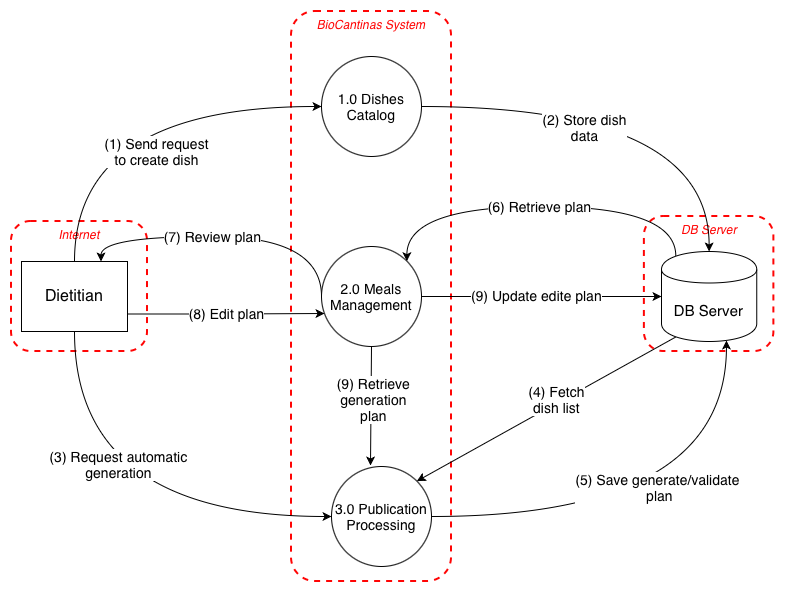
Above: Deliverables/phase1/diagrams/DFD/Meals Planning/MealsPlanning_level1.png in mei-desofs/desofs2026-thu_ffs_1 (draw.io), before the change. Source tidied: cells renumbered, new cells last; positions are measured from the earlier drawing's top-left corner, leaving out a move shared by most shapes.
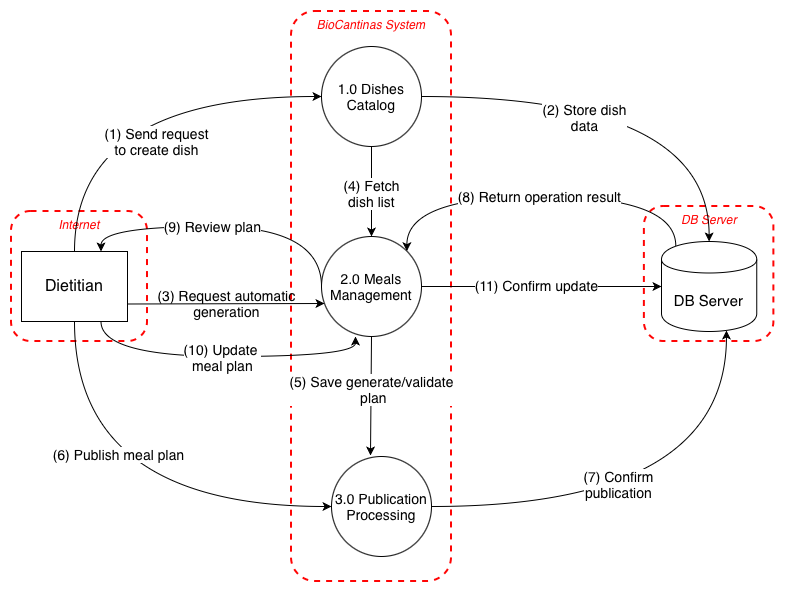
After the commit.

Commit message:
add meals planning text to report #2

The edit, as a diff of the source:
```diff
@@ -3,7 +3,7 @@
     <mxCell id="0" />
     <mxCell id="1" parent="0" />
     <mxCell id="2" value="&lt;span style=&quot;&quot;&gt;BioCantinas System&lt;/span&gt;" style="html=1;dashed=1;whiteSpace=wrap;labelBackgroundColor=none;fillColor=light-dark(#FFFFFF,transparent);strokeColor=light-dark(#FF0505,#FF2600);strokeWidth=2;perimeterSpacing=0;rounded=1;verticalAlign=top;fontStyle=2;fontColor=light-dark(#FF0505,#FF2600);" parent="1" vertex="1">
-      <mxGeometry x="280" width="160" height="570" as="geometry" />
+      <mxGeometry x="280" y="10" width="160" height="570" as="geometry" />
     </mxCell>
     <mxCell id="3" value="&lt;span style=&quot;&quot;&gt;Internet&lt;/span&gt;" style="html=1;dashed=1;whiteSpace=wrap;labelBackgroundColor=none;fillColor=light-dark(#FFFFFF,transparent);strokeColor=light-dark(#FF0505,#FF2600);strokeWidth=2;perimeterSpacing=0;rounded=1;verticalAlign=top;fontStyle=2;fontColor=light-dark(#FF0505,#FF2600);" parent="1" vertex="1">
       <mxGeometry y="210" width="136" height="130" as="geometry" />
@@ -20,7 +20,7 @@
     <mxCell id="7" style="edgeStyle=orthogonalEdgeStyle;rounded=0;jettySize=auto;html=1;exitX=0.5;exitY=1;exitDx=0;exitDy=0;entryX=0;entryY=0.5;entryDx=0;entryDy=0;curved=1;" parent="1" edge="1" source="9" target="23">
       <mxGeometry relative="1" as="geometry" />
     </mxCell>
-    <mxCell id="8" value="(3) Request automatic&lt;div&gt;generation&lt;/div&gt;" style="edgeLabel;html=1;align=center;verticalAlign=middle;fontSize=14;" parent="7" vertex="1">
+    <mxCell id="8" value="(6) Publish meal plan" style="edgeLabel;html=1;align=center;verticalAlign=middle;fontSize=14;" parent="7" vertex="1">
       <mxGeometry x="-0.08" y="2" relative="1" as="geometry">
         <mxPoint x="25" y="-51" as="offset" />
       </mxGeometry>
@@ -28,14 +28,6 @@
     <mxCell id="9" value="&lt;div style=&quot;text-align: start;&quot;&gt;&lt;span style=&quot;caret-color: rgb(255, 255, 255); font-size: medium; color: light-dark(rgb(0, 0, 0), rgb(18, 18, 18));&quot;&gt;Dietitian&lt;/span&gt;&lt;br&gt;&lt;/div&gt;" style="html=1;dashed=0;whiteSpace=wrap;fontSize=15;" parent="1" vertex="1">
       <mxGeometry x="10" y="250" width="106" height="70" as="geometry" />
     </mxCell>
-    <mxCell id="10" style="rounded=0;jettySize=auto;html=1;exitX=0.15;exitY=0.95;exitDx=0;exitDy=0;exitPerimeter=0;entryX=1;entryY=0;entryDx=0;entryDy=0;" parent="1" edge="1" source="14" target="23">
-      <mxGeometry relative="1" as="geometry" />
-    </mxCell>
-    <mxCell id="11" value="(4)&amp;nbsp;&lt;span style=&quot;text-align: start; white-space: normal;&quot;&gt;Fetch dish list&lt;/span&gt;" style="edgeLabel;html=1;align=center;verticalAlign=middle;fontSize=14;labelBackgroundColor=default;" parent="10" vertex="1">
-      <mxGeometry x="-0.1" y="26" relative="1" as="geometry">
-        <mxPoint x="-16" y="-25" as="offset" />
-      </mxGeometry>
-    </mxCell>
     <mxCell id="12" style="edgeStyle=orthogonalEdgeStyle;rounded=0;jettySize=auto;html=1;exitX=0.15;exitY=0.05;exitDx=0;exitDy=0;exitPerimeter=0;entryX=1;entryY=0;entryDx=0;entryDy=0;curved=1;" parent="1" edge="1" source="14" target="22">
       <mxGeometry relative="1" as="geometry">
         <Array as="points">
@@ -44,7 +36,7 @@
         </Array>
       </mxGeometry>
     </mxCell>
-    <mxCell id="13" value="&lt;span style=&quot;font-size: 14px;&quot;&gt;(6) Retrieve plan&lt;/span&gt;" style="edgeLabel;html=1;align=center;verticalAlign=middle;" parent="12" vertex="1">
+    <mxCell id="13" value="&lt;span&gt;(8) Return operation result&lt;/span&gt;" style="edgeLabel;html=1;align=center;verticalAlign=middle;fontSize=14;" parent="12" vertex="1">
       <mxGeometry y="-1" relative="1" as="geometry" />
     </mxCell>
     <mxCell id="14" value="DB Server" style="shape=cylinder;whiteSpace=wrap;html=1;boundedLbl=1;backgroundOutline=1;fontSize=15;" parent="1" vertex="1">
@@ -58,6 +50,12 @@
         <mxPoint x="-5" y="11" as="offset" />
       </mxGeometry>
     </mxCell>
+    <mxCell id="29" style="edgeStyle=orthogonalEdgeStyle;rounded=0;jettySize=auto;html=1;exitX=0.5;exitY=1;exitDx=0;exitDy=0;entryX=0.5;entryY=0;entryDx=0;entryDy=0;" parent="1" edge="1" source="17" target="22">
+      <mxGeometry relative="1" as="geometry" />
+    </mxCell>
+    <mxCell id="11" value="&lt;span&gt;(4)&amp;nbsp;&lt;/span&gt;&lt;span style=&quot;white-space: normal; text-align: start;&quot;&gt;Fetch dish list&lt;/span&gt;" style="edgeLabel;html=1;align=center;verticalAlign=middle;fontSize=14;" parent="29" vertex="1">
+      <mxGeometry x="0.02" y="-1" relative="1" as="geometry" />
+    </mxCell>
     <mxCell id="17" value="1.0 Dishes Catalog" style="ellipse;whiteSpace=wrap;html=1;fontSize=14;" parent="1" vertex="1">
       <mxGeometry x="310" y="45" width="100" height="100" as="geometry" />
     </mxCell>
@@ -69,7 +67,7 @@
         </Array>
       </mxGeometry>
     </mxCell>
-    <mxCell id="19" value="&lt;span style=&quot;font-size: 14px;&quot;&gt;(7) Review plan&lt;/span&gt;" style="edgeLabel;html=1;align=center;verticalAlign=middle;" parent="18" vertex="1">
+    <mxCell id="19" value="&lt;span&gt;(9) Review plan&lt;/span&gt;" style="edgeLabel;html=1;align=center;verticalAlign=middle;fontSize=14;" parent="18" vertex="1">
       <mxGeometry x="-0.02" y="-1" relative="1" as="geometry">
         <mxPoint x="-20" as="offset" />
       </mxGeometry>
@@ -77,7 +75,7 @@
     <mxCell id="20" style="edgeStyle=orthogonalEdgeStyle;rounded=0;jettySize=auto;html=1;exitX=1;exitY=0.5;exitDx=0;exitDy=0;entryX=0;entryY=0.5;entryDx=0;entryDy=0;" parent="1" edge="1" source="22" target="14">
       <mxGeometry relative="1" as="geometry" />
     </mxCell>
-    <mxCell id="21" value="(9) Update edite plan" style="edgeLabel;html=1;align=center;verticalAlign=middle;fontSize=14;" parent="20" vertex="1">
+    <mxCell id="21" value="(11) Confirm update" style="edgeLabel;html=1;align=center;verticalAlign=middle;fontSize=14;" parent="20" vertex="1">
       <mxGeometry x="-0.05" y="2" relative="1" as="geometry" />
     </mxCell>
     <mxCell id="22" value="2.0 Meals Management" style="ellipse;whiteSpace=wrap;html=1;fontSize=14;" parent="1" vertex="1">
@@ -89,19 +87,30 @@
     <mxCell id="24" style="edgeStyle=orthogonalEdgeStyle;rounded=0;jettySize=auto;html=1;exitX=1;exitY=0.5;exitDx=0;exitDy=0;entryX=0.682;entryY=0.989;entryDx=0;entryDy=0;entryPerimeter=0;curved=1;" parent="1" edge="1" source="23" target="14">
       <mxGeometry relative="1" as="geometry" />
     </mxCell>
-    <mxCell id="25" value="&lt;font style=&quot;font-size: 14px;&quot;&gt;(5) Save generate/validate&amp;nbsp;&lt;/font&gt;&lt;div&gt;&lt;font style=&quot;font-size: 14px;&quot;&gt;plan&lt;/font&gt;&lt;/div&gt;" style="edgeLabel;html=1;align=center;verticalAlign=middle;" parent="24" vertex="1">
-      <mxGeometry x="-0.24" y="54" relative="1" as="geometry">
-        <mxPoint x="48" y="24" as="offset" />
-      </mxGeometry>
-    </mxCell>
+    <mxCell id="30" value="(7) Confirm&lt;div&gt;publication&lt;/div&gt;" style="edgeLabel;html=1;align=center;verticalAlign=middle;fontSize=14;" parent="24" vertex="1">
+      <mxGeometry x="-0.21" y="23" relative="1" as="geometry" />
+    </mxCell>
     <mxCell id="26" style="rounded=0;jettySize=auto;html=1;exitX=0.5;exitY=1;exitDx=0;exitDy=0;entryX=0.39;entryY=-0.01;entryDx=0;entryDy=0;entryPerimeter=0;" parent="1" edge="1" source="22" target="23">
       <mxGeometry relative="1" as="geometry" />
     </mxCell>
-    <mxCell id="27" value="&lt;div style=&quot;&quot;&gt;(9) R&lt;span style=&quot;text-wrap-mode: wrap;&quot;&gt;etrieve&lt;/span&gt;&lt;/div&gt;&lt;div style=&quot;&quot;&gt;&lt;span style=&quot;text-wrap-mode: wrap;&quot;&gt;generation plan&lt;/span&gt;&lt;/div&gt;" style="edgeLabel;html=1;align=center;verticalAlign=middle;fontSize=14;labelBackgroundColor=default;" parent="26" vertex="1">
+    <mxCell id="27" value="&lt;div style=&quot;&quot;&gt;(5) Save generate/validate&amp;nbsp;&lt;br&gt;&lt;/div&gt;&lt;div style=&quot;font-size: 11px;&quot;&gt;&lt;font style=&quot;font-size: 14px;&quot;&gt;plan&lt;/font&gt;&lt;/div&gt;" style="edgeLabel;html=1;align=center;verticalAlign=middle;fontSize=14;labelBackgroundColor=default;" parent="26" vertex="1">
       <mxGeometry x="-0.13" y="2" relative="1" as="geometry" />
     </mxCell>
-    <mxCell id="28" value="&lt;font style=&quot;font-size: 14px;&quot;&gt;(8) Edit plan&lt;/font&gt;" style="edgeStyle=orthogonalEdgeStyle;rounded=0;jettySize=auto;html=1;exitX=1;exitY=0.75;exitDx=0;exitDy=0;entryX=0.03;entryY=0.67;entryDx=0;entryDy=0;entryPerimeter=0;" parent="1" edge="1" source="9" target="22">
-      <mxGeometry relative="1" as="geometry" />
+    <mxCell id="28" value="&lt;font style=&quot;font-size: 14px;&quot;&gt;(3)&amp;nbsp;&lt;/font&gt;&lt;span style=&quot;font-size: 14px;&quot;&gt;Request automatic&lt;/span&gt;&lt;div style=&quot;font-size: 14px;&quot;&gt;generation&lt;/div&gt;" style="rounded=0;jettySize=auto;html=1;exitX=1;exitY=0.75;exitDx=0;exitDy=0;entryX=0.03;entryY=0.67;entryDx=0;entryDy=0;entryPerimeter=0;labelBackgroundColor=none;" parent="1" edge="1" source="9" target="22">
+      <mxGeometry x="0.01" relative="1" as="geometry" />
     </mxCell>
+    <mxCell id="31" style="edgeStyle=orthogonalEdgeStyle;rounded=0;jettySize=auto;html=1;exitX=0.75;exitY=1;exitDx=0;exitDy=0;entryX=0.34;entryY=1;entryDx=0;entryDy=0;entryPerimeter=0;curved=1;" parent="1" edge="1" source="9" target="22">
+      <mxGeometry relative="1" as="geometry">
+        <Array as="points">
+          <mxPoint x="90" y="355" />
+          <mxPoint x="344" y="355" />
+        </Array>
+      </mxGeometry>
+    </mxCell>
+    <mxCell id="32" value="(10) Update&amp;nbsp;&lt;div&gt;meal plan&lt;/div&gt;" style="edgeLabel;html=1;align=center;verticalAlign=middle;fontSize=14;" parent="31" vertex="1">
+      <mxGeometry x="0.08" y="-1" relative="1" as="geometry">
+        <mxPoint x="-12" y="-1" as="offset" />
+      </mxGeometry>
+    </mxCell>
   </root>
 </mxGraphModel>
```
